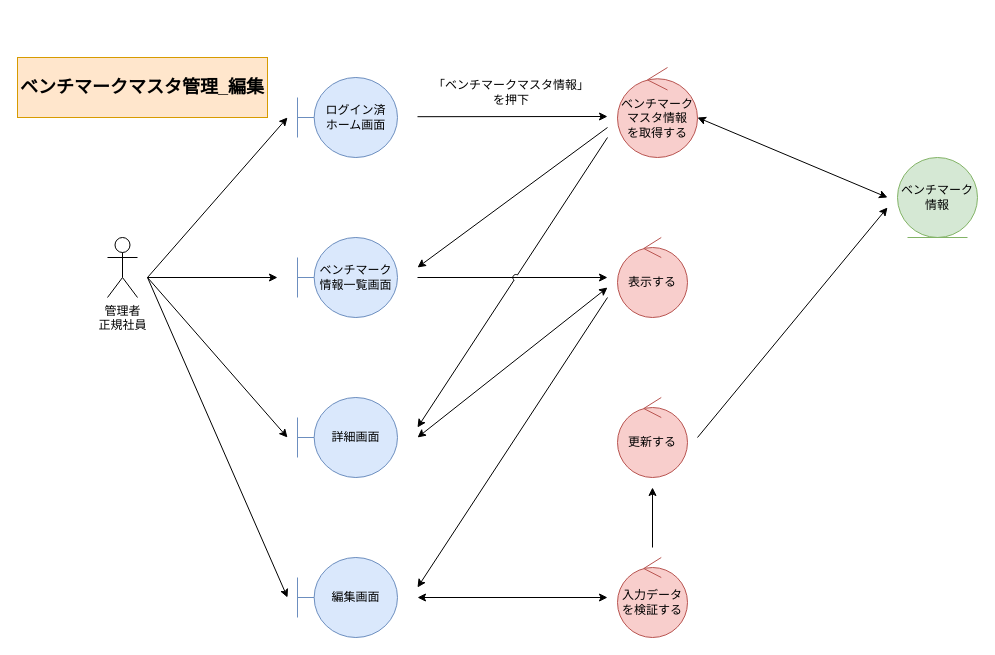
Before: page "*ベンチマークマスタ管理_編集" (3 of 4) of 各種設計書/3ロバストネス図/マスタ管理/5.ベンチマークマスタ.drawio in HaruShim/Sotuken, a draw.io diagram. Source tidied: cells renumbered, new cells numbered last; positions are measured from the earlier drawing's top-left corner, leaving out a move shared by most shapes. Both pictures are drawn from the tidied source at 100%, with x=0, y=0 at pixel (17, 57).
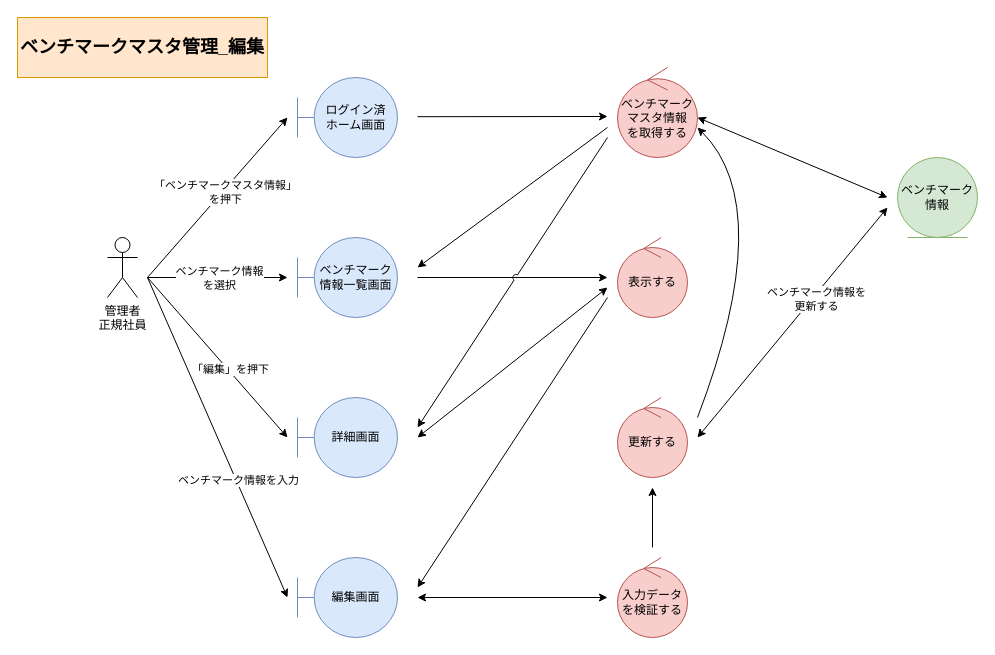
Above is the later version.

The change refers to these unchanged cells:
```xml
<mxCell id="20" style="endArrow=classic;html=1;rounded=0;" parent="1" edge="1">
  <mxGeometry relative="1" as="geometry">
    <mxPoint x="130" y="220" as="sourcePoint" />
    <mxPoint x="270" y="540" as="targetPoint" />
  </mxGeometry>
</mxCell>
```

Change to the diagram source:
```diff
@@
-    <mxCell id="2" value="管理者&lt;br&gt;正規社員" style="shape=umlActor;verticalLabelPosition=bottom;verticalAlign=top;html=1;" parent="1" vertex="1">
-      <mxGeometry x="90" y="180" width="30" height="60" as="geometry" />
-    </mxCell>
@@
-    <mxCell id="5" style="endArrow=classic;html=1;rounded=0;" parent="1" edge="1">
-      <mxGeometry relative="1" as="geometry">
-        <mxPoint x="130" y="220" as="sourcePoint" />
-        <mxPoint x="270" y="60" as="targetPoint" />
-      </mxGeometry>
-    </mxCell>
-    <mxCell id="6" style="endArrow=classic;html=1;rounded=0;" parent="1" edge="1">
-      <mxGeometry relative="1" as="geometry">
-        <mxPoint x="130" y="220" as="sourcePoint" />
-        <mxPoint x="260" y="220" as="targetPoint" />
-      </mxGeometry>
-    </mxCell>
-    <mxCell id="7" style="endArrow=classic;html=1;rounded=0;" parent="1" edge="1">
-      <mxGeometry relative="1" as="geometry">
-        <mxPoint x="130" y="220" as="sourcePoint" />
-        <mxPoint x="270" y="380" as="targetPoint" />
-      </mxGeometry>
-    </mxCell>
@@
-    <mxCell id="17" value="「ベンチマークマスタ情報」&lt;br&gt;を押下" style="text;html=1;strokeColor=none;fillColor=none;align=center;verticalAlign=middle;whiteSpace=wrap;rounded=0;" parent="1" vertex="1">
-      <mxGeometry x="414" y="20" width="160" height="30" as="geometry" />
-    </mxCell>
@@
+    <mxCell id="28" value="ベンチマーク情報を入力" style="edgeLabel;html=1;align=center;verticalAlign=middle;" parent="20" vertex="1">
+      <mxGeometry x="0.27" y="2" relative="1" as="geometry" />
+    </mxCell>
@@
-    <mxCell id="25" style="endArrow=none;html=1;rounded=0;jumpStyle=none;startArrow=classic;startFill=1;endFill=0;" parent="1" edge="1">
+    <mxCell id="25" style="endArrow=classic;html=1;rounded=0;jumpStyle=none;startArrow=classic;startFill=1;endFill=1;" parent="1" edge="1">
       <mxGeometry relative="1" as="geometry">
         <mxPoint x="870" y="150" as="sourcePoint" />
         <mxPoint x="680" y="380" as="targetPoint" />
       </mxGeometry>
     </mxCell>
+    <mxCell id="29" value="ベンチマーク情報を&lt;br&gt;更新する" style="edgeLabel;html=1;align=center;verticalAlign=middle;" parent="25" vertex="1">
+      <mxGeometry x="-0.22" y="4" relative="1" as="geometry">
+        <mxPoint x="-1" as="offset" />
+      </mxGeometry>
+    </mxCell>
@@
     <mxCell id="27" value="ベンチマークマスタ管理_編集" style="rounded=0;whiteSpace=wrap;html=1;fillColor=#ffe6cc;strokeColor=#d79b00;fontStyle=1;fontSize=18;" parent="1" vertex="1">
-      <mxGeometry width="250" height="60" as="geometry" />
+      <mxGeometry y="-40" width="250" height="60" as="geometry" />
     </mxCell>
+    <mxCell id="2" value="管理者&lt;br&gt;正規社員" style="shape=umlActor;verticalLabelPosition=bottom;verticalAlign=top;html=1;" parent="1" vertex="1">
+      <mxGeometry x="90" y="180" width="30" height="60" as="geometry" />
+    </mxCell>
+    <mxCell id="30" style="endArrow=classic;html=1;rounded=0;" parent="1" edge="1">
+      <mxGeometry relative="1" as="geometry">
+        <mxPoint x="130" y="220" as="sourcePoint" />
+        <mxPoint x="270" y="60" as="targetPoint" />
+      </mxGeometry>
+    </mxCell>
+    <mxCell id="17" value="「ベンチマークマスタ情報」&lt;br&gt;を押下" style="edgeLabel;html=1;align=center;verticalAlign=middle;" parent="30" vertex="1">
+      <mxGeometry x="0.21" y="-2" relative="1" as="geometry">
+        <mxPoint x="-9" y="10" as="offset" />
+      </mxGeometry>
+    </mxCell>
+    <mxCell id="31" style="endArrow=classic;html=1;rounded=0;" parent="1" edge="1">
+      <mxGeometry relative="1" as="geometry">
+        <mxPoint x="130" y="220" as="sourcePoint" />
+        <mxPoint x="270" y="380" as="targetPoint" />
+      </mxGeometry>
+    </mxCell>
+    <mxCell id="32" value="「編集」を押下" style="edgeLabel;html=1;align=center;verticalAlign=middle;" parent="31" vertex="1">
+      <mxGeometry x="0.15" y="1" relative="1" as="geometry">
+        <mxPoint x="1" as="offset" />
+      </mxGeometry>
+    </mxCell>
+    <mxCell id="33" style="endArrow=classic;html=1;rounded=0;" parent="1" edge="1">
+      <mxGeometry relative="1" as="geometry">
+        <mxPoint x="130" y="220" as="sourcePoint" />
+        <mxPoint x="270" y="220" as="targetPoint" />
+      </mxGeometry>
+    </mxCell>
+    <mxCell id="34" value="ベンチマーク情報&lt;br&gt;を選択" style="edgeLabel;html=1;align=center;verticalAlign=middle;" parent="33" vertex="1">
+      <mxGeometry x="0.55" y="-1" relative="1" as="geometry">
+        <mxPoint x="-38" y="-1" as="offset" />
+      </mxGeometry>
+    </mxCell>
+    <mxCell id="35" style="curved=1;endArrow=classic;html=1;rounded=0;" parent="1" edge="1">
+      <mxGeometry relative="1" as="geometry">
+        <mxPoint x="680" y="360" as="sourcePoint" />
+        <mxPoint x="680" y="70" as="targetPoint" />
+        <Array as="points">
+          <mxPoint x="760" y="150" />
+        </Array>
+      </mxGeometry>
+    </mxCell>
```
